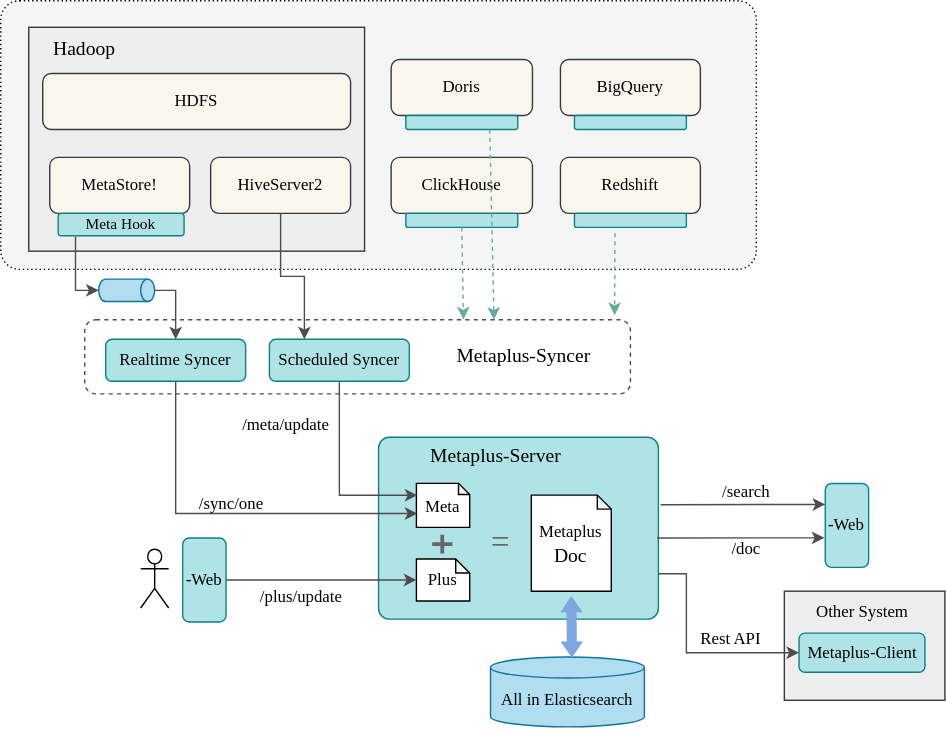
This is assets/metaplus/metaplus_arch.drawio.svg from hannyu/metaplus.plus, a draw.io export, as it was before one commit. Source tidied: cells renumbered, new cells last; positions are measured from the earlier drawing's top-left corner, leaving out a move shared by most shapes. Its diagram source:
```xml
<mxGraphModel>
  <root>
    <mxCell id="0" />
    <mxCell id="1" parent="0" />
    <mxCell id="2" style="rounded=0;whiteSpace=wrap;html=1;fillColor=#eeeeee;strokeColor=#36393d;fontFamily=Times New Roman;" parent="1" vertex="1">
      <mxGeometry x="560" y="422" width="114.8" height="78" as="geometry" />
    </mxCell>
    <mxCell id="3" style="rounded=1;whiteSpace=wrap;html=1;fillColor=none;dashed=1;strokeWidth=1;strokeColor=#4D4D4D;fontFamily=Times New Roman;" parent="1" vertex="1">
      <mxGeometry x="60" y="228" width="390" height="53" as="geometry" />
    </mxCell>
    <mxCell id="4" style="rounded=1;whiteSpace=wrap;html=1;arcSize=7;strokeWidth=1;fillColor=#F5F5F5;dashed=1;dashPattern=1 2;fontFamily=Times New Roman;" parent="1" vertex="1">
      <mxGeometry width="540" height="192" as="geometry" />
    </mxCell>
    <mxCell id="5" style="rounded=0;whiteSpace=wrap;html=1;fillColor=#eeeeee;strokeColor=#36393d;fontFamily=Times New Roman;" parent="1" vertex="1">
      <mxGeometry x="20" y="19" width="240" height="160" as="geometry" />
    </mxCell>
    <mxCell id="6" value="HiveServer2" style="rounded=1;whiteSpace=wrap;html=1;fillColor=#f9f7ed;strokeColor=#36393d;fontFamily=Times New Roman;" parent="1" vertex="1">
      <mxGeometry x="150" y="112" width="100" height="40" as="geometry" />
    </mxCell>
    <mxCell id="7" value="MetaStore!" style="rounded=1;whiteSpace=wrap;html=1;fillColor=#f9f7ed;strokeColor=#36393d;fontFamily=Times New Roman;" parent="1" vertex="1">
      <mxGeometry x="35" y="112" width="100" height="40" as="geometry" />
    </mxCell>
    <mxCell id="8" value="HDFS" style="rounded=1;whiteSpace=wrap;html=1;fillColor=#f9f7ed;strokeColor=#36393d;fontFamily=Times New Roman;" parent="1" vertex="1">
      <mxGeometry x="30" y="52" width="220" height="40" as="geometry" />
    </mxCell>
    <mxCell id="9" value="Hadoop" style="text;html=1;align=center;verticalAlign=middle;whiteSpace=wrap;rounded=0;fontSize=14;fontFamily=Times New Roman;" parent="1" vertex="1">
      <mxGeometry x="30" y="20" width="60" height="30" as="geometry" />
    </mxCell>
    <mxCell id="10" value="ClickHouse" style="rounded=1;whiteSpace=wrap;html=1;fillColor=#f9f7ed;strokeColor=#36393d;fontFamily=Times New Roman;" parent="1" vertex="1">
      <mxGeometry x="279" y="112" width="101" height="40" as="geometry" />
    </mxCell>
    <mxCell id="11" value="Doris" style="rounded=1;whiteSpace=wrap;html=1;fillColor=#f9f7ed;strokeColor=#36393d;fontFamily=Times New Roman;" parent="1" vertex="1">
      <mxGeometry x="279" y="42" width="101" height="40" as="geometry" />
    </mxCell>
    <mxCell id="12" value="Redshift" style="rounded=1;whiteSpace=wrap;html=1;fillColor=#f9f7ed;strokeColor=#36393d;fontFamily=Times New Roman;" parent="1" vertex="1">
      <mxGeometry x="400" y="112" width="100" height="40" as="geometry" />
    </mxCell>
    <mxCell id="13" value="BigQuery" style="rounded=1;whiteSpace=wrap;html=1;fillColor=#f9f7ed;strokeColor=#36393d;fontFamily=Times New Roman;" parent="1" vertex="1">
      <mxGeometry x="400" y="42" width="100" height="40" as="geometry" />
    </mxCell>
    <mxCell id="14" value="Scheduled Syncer" style="rounded=1;whiteSpace=wrap;html=1;fillColor=#b0e3e6;strokeColor=#0e8088;fontFamily=Times New Roman;" parent="1" vertex="1">
      <mxGeometry x="192" y="242" width="100" height="30" as="geometry" />
    </mxCell>
    <mxCell id="15" value="Realtime&amp;nbsp;&lt;span style=&quot;background-color: transparent; color: light-dark(rgb(0, 0, 0), rgb(255, 255, 255));&quot;&gt;Syncer&lt;/span&gt;" style="rounded=1;whiteSpace=wrap;html=1;fillColor=#b0e3e6;strokeColor=#0e8088;fontFamily=Times New Roman;" parent="1" vertex="1">
      <mxGeometry x="75" y="242" width="100" height="30" as="geometry" />
    </mxCell>
    <mxCell id="16" value="&lt;font style=&quot;font-size: 11px;&quot;&gt;Meta Hook&lt;/font&gt;" style="rounded=1;whiteSpace=wrap;html=1;arcSize=15;fillColor=#b0e3e6;strokeColor=#0e8088;fontFamily=Times New Roman;" parent="1" vertex="1">
      <mxGeometry x="41" y="152" width="90" height="16" as="geometry" />
    </mxCell>
    <mxCell id="17" style="shape=cylinder3;whiteSpace=wrap;html=1;boundedLbl=1;backgroundOutline=1;size=5;rotation=90;horizontal=0;fillColor=#b1ddf0;strokeColor=#10739e;fontFamily=Times New Roman;" parent="1" vertex="1">
      <mxGeometry x="82" y="187" width="16" height="40" as="geometry" />
    </mxCell>
    <mxCell id="18" style="group;fontFamily=Times New Roman;" parent="1" vertex="1">
      <mxGeometry x="270" y="312" width="200" height="130" as="geometry" />
    </mxCell>
    <mxCell id="19" style="rounded=1;whiteSpace=wrap;html=1;arcSize=6;fillColor=#b0e3e6;strokeColor=#0e8088;fontFamily=Times New Roman;" parent="18" vertex="1">
      <mxGeometry width="200" height="130" as="geometry" />
    </mxCell>
    <mxCell id="20" value="Metaplus-Server" style="text;html=1;align=center;verticalAlign=middle;whiteSpace=wrap;rounded=0;fontSize=14;fontFamily=Times New Roman;" parent="18" vertex="1">
      <mxGeometry x="29" y="-1" width="110" height="30" as="geometry" />
    </mxCell>
    <mxCell id="21" style="shape=cross;whiteSpace=wrap;html=1;strokeColor=none;fillColor=#666666;fontFamily=Times New Roman;" parent="18" vertex="1">
      <mxGeometry x="38.3" y="69.7" width="14.5" height="13.3" as="geometry" />
    </mxCell>
    <mxCell id="22" value="&lt;div style=&quot;line-height: 150%;&quot;&gt;&lt;span style=&quot;background-color: transparent; color: light-dark(rgb(0, 0, 0), rgb(255, 255, 255));&quot;&gt;Metaplus&lt;/span&gt;&lt;/div&gt;&lt;div style=&quot;line-height: 150%;&quot;&gt;&lt;span style=&quot;background-color: transparent; color: light-dark(rgb(0, 0, 0), rgb(255, 255, 255));&quot;&gt;&lt;font style=&quot;font-size: 14px;&quot;&gt;Doc&lt;/font&gt;&lt;/span&gt;&lt;/div&gt;" style="shape=note;whiteSpace=wrap;html=1;backgroundOutline=1;darkOpacity=0.05;size=10;fontFamily=Times New Roman;" parent="18" vertex="1">
      <mxGeometry x="109.2" y="41.3" width="57.1" height="68.7" as="geometry" />
    </mxCell>
    <mxCell id="23" value="=" style="text;html=1;align=center;verticalAlign=middle;whiteSpace=wrap;rounded=0;fontSize=24;fontColor=#666666;fontFamily=Times New Roman;" parent="18" vertex="1">
      <mxGeometry x="75.1" y="63.4" width="24.9" height="22.6" as="geometry" />
    </mxCell>
    <mxCell id="24" value="&lt;div&gt;&lt;span style=&quot;background-color: transparent; color: light-dark(rgb(0, 0, 0), rgb(255, 255, 255)); line-height: 150%;&quot;&gt;Meta&lt;/span&gt;&lt;/div&gt;" style="shape=note;whiteSpace=wrap;html=1;backgroundOutline=1;darkOpacity=0.05;size=8;fontFamily=Times New Roman;" parent="18" vertex="1">
      <mxGeometry x="27" y="32.9" width="38.1" height="31.5" as="geometry" />
    </mxCell>
    <mxCell id="25" value="&lt;div&gt;&lt;span style=&quot;background-color: transparent; color: light-dark(rgb(0, 0, 0), rgb(255, 255, 255));&quot;&gt;Plus&lt;/span&gt;&lt;/div&gt;" style="shape=note;whiteSpace=wrap;html=1;backgroundOutline=1;darkOpacity=0.05;size=10;fontFamily=Times New Roman;" parent="18" vertex="1">
      <mxGeometry x="27" y="87" width="38.1" height="30" as="geometry" />
    </mxCell>
    <mxCell id="26" style="endArrow=classic;html=1;rounded=0;exitX=0.5;exitY=1;exitDx=0;exitDy=0;entryX=0.019;entryY=0.685;entryDx=0;entryDy=0;strokeColor=#4D4D4D;entryPerimeter=0;edgeStyle=orthogonalEdgeStyle;fontFamily=Times New Roman;" parent="1" edge="1" source="15" target="24">
      <mxGeometry relative="1" as="geometry" />
    </mxCell>
    <mxCell id="27" style="endArrow=classic;html=1;rounded=0;exitX=0.5;exitY=1;exitDx=0;exitDy=0;entryX=0.019;entryY=0.27;entryDx=0;entryDy=0;entryPerimeter=0;startArrow=none;startFill=0;strokeColor=#4D4D4D;edgeStyle=orthogonalEdgeStyle;fontFamily=Times New Roman;" parent="1" edge="1" source="14" target="24">
      <mxGeometry relative="1" as="geometry" />
    </mxCell>
    <mxCell id="28" style="endArrow=classic;html=1;rounded=0;exitX=0.5;exitY=1;exitDx=0;exitDy=0;entryX=0.25;entryY=0;entryDx=0;entryDy=0;strokeColor=#4D4D4D;edgeStyle=orthogonalEdgeStyle;fontFamily=Times New Roman;" parent="1" edge="1" source="6" target="14">
      <mxGeometry relative="1" as="geometry" />
    </mxCell>
    <mxCell id="29" style="endArrow=classic;html=1;rounded=0;strokeColor=#4D4D4D;exitX=1;exitY=0.5;exitDx=0;exitDy=0;entryX=0;entryY=0.5;entryDx=0;entryDy=0;entryPerimeter=0;edgeStyle=orthogonalEdgeStyle;fontFamily=Times New Roman;" parent="1" edge="1" source="30" target="25">
      <mxGeometry relative="1" as="geometry" />
    </mxCell>
    <mxCell id="30" value="-Web" style="rounded=1;whiteSpace=wrap;html=1;fillColor=#b0e3e6;strokeColor=#0e8088;fontFamily=Times New Roman;" parent="1" vertex="1">
      <mxGeometry x="130" y="384" width="31" height="60" as="geometry" />
    </mxCell>
    <mxCell id="31" style="shape=umlActor;verticalLabelPosition=bottom;verticalAlign=top;html=1;fontFamily=Times New Roman;" parent="1" vertex="1">
      <mxGeometry x="100" y="392" width="20" height="42" as="geometry" />
    </mxCell>
    <mxCell id="32" style="endArrow=classic;html=1;rounded=0;strokeColor=#4D4D4D;exitX=0.138;exitY=1.041;exitDx=0;exitDy=0;entryX=0.5;entryY=1;entryDx=0;entryDy=0;entryPerimeter=0;edgeStyle=orthogonalEdgeStyle;exitPerimeter=0;fontFamily=Times New Roman;" parent="1" edge="1" source="16" target="17">
      <mxGeometry relative="1" as="geometry" />
    </mxCell>
    <mxCell id="33" style="endArrow=classic;html=1;rounded=0;strokeColor=#4D4D4D;exitX=0.5;exitY=0;exitDx=0;exitDy=0;exitPerimeter=0;entryX=0.5;entryY=0;entryDx=0;entryDy=0;edgeStyle=orthogonalEdgeStyle;fontFamily=Times New Roman;" parent="1" edge="1" source="17" target="15">
      <mxGeometry relative="1" as="geometry" />
    </mxCell>
    <mxCell id="34" value="/sync/one" style="text;html=1;align=center;verticalAlign=middle;whiteSpace=wrap;rounded=0;rotation=0;fontFamily=Times New Roman;" parent="1" vertex="1">
      <mxGeometry x="135" y="352" width="60" height="15" as="geometry" />
    </mxCell>
    <mxCell id="35" value="/meta/update" style="text;html=1;align=center;verticalAlign=middle;whiteSpace=wrap;rounded=0;rotation=0;fontFamily=Times New Roman;" parent="1" vertex="1">
      <mxGeometry x="174" y="295" width="60" height="15" as="geometry" />
    </mxCell>
    <mxCell id="36" value="/plus/update" style="text;html=1;align=center;verticalAlign=middle;whiteSpace=wrap;rounded=0;rotation=0;fontFamily=Times New Roman;" parent="1" vertex="1">
      <mxGeometry x="185" y="412" width="60" height="27" as="geometry" />
    </mxCell>
    <mxCell id="37" style="rounded=1;whiteSpace=wrap;html=1;arcSize=15;fillColor=#b0e3e6;strokeColor=#0e8088;fontFamily=Times New Roman;" parent="1" vertex="1">
      <mxGeometry x="289.5" y="152" width="80" height="10" as="geometry" />
    </mxCell>
    <mxCell id="38" style="rounded=1;whiteSpace=wrap;html=1;arcSize=15;fillColor=#b0e3e6;strokeColor=#0e8088;fontFamily=Times New Roman;" parent="1" vertex="1">
      <mxGeometry x="289.5" y="82" width="80" height="10" as="geometry" />
    </mxCell>
    <mxCell id="39" style="rounded=1;whiteSpace=wrap;html=1;arcSize=15;fillColor=#b0e3e6;strokeColor=#0e8088;fontFamily=Times New Roman;" parent="1" vertex="1">
      <mxGeometry x="410" y="82" width="80" height="10" as="geometry" />
    </mxCell>
    <mxCell id="40" style="rounded=1;whiteSpace=wrap;html=1;arcSize=15;fillColor=#b0e3e6;strokeColor=#0e8088;fontFamily=Times New Roman;" parent="1" vertex="1">
      <mxGeometry x="410" y="152" width="80" height="10" as="geometry" />
    </mxCell>
    <mxCell id="41" value="All in Elasticsearch" style="shape=cylinder3;whiteSpace=wrap;html=1;boundedLbl=1;backgroundOutline=1;size=7.521739130434753;fillColor=#b1ddf0;strokeColor=#10739e;fontFamily=Times New Roman;" parent="1" vertex="1">
      <mxGeometry x="350" y="469" width="110" height="50" as="geometry" />
    </mxCell>
    <mxCell id="42" value="Metaplus-Syncer" style="text;html=1;align=center;verticalAlign=middle;whiteSpace=wrap;rounded=0;fontSize=14;fontFamily=Times New Roman;" parent="1" vertex="1">
      <mxGeometry x="319" y="239.5" width="110" height="30" as="geometry" />
    </mxCell>
    <mxCell id="43" style="endArrow=classic;html=1;rounded=0;strokeColor=#67AB9F;exitX=0.5;exitY=1;exitDx=0;exitDy=0;entryX=0.694;entryY=-0.004;entryDx=0;entryDy=0;entryPerimeter=0;dashed=1;fontFamily=Times New Roman;" parent="1" edge="1" source="37" target="3">
      <mxGeometry relative="1" as="geometry" />
    </mxCell>
    <mxCell id="44" style="endArrow=classic;html=1;rounded=0;strokeColor=#67AB9F;entryX=0.971;entryY=-0.062;entryDx=0;entryDy=0;entryPerimeter=0;dashed=1;fontFamily=Times New Roman;" parent="1" edge="1" target="3">
      <mxGeometry relative="1" as="geometry">
        <mxPoint x="439" y="166" as="sourcePoint" />
      </mxGeometry>
    </mxCell>
    <mxCell id="45" style="endArrow=classic;html=1;rounded=0;strokeColor=#67AB9F;exitX=0.75;exitY=1;exitDx=0;exitDy=0;dashed=1;entryX=0.75;entryY=0;entryDx=0;entryDy=0;fontFamily=Times New Roman;" parent="1" edge="1" source="38" target="3">
      <mxGeometry relative="1" as="geometry" />
    </mxCell>
    <mxCell id="46" style="endArrow=block;html=1;rounded=0;strokeColor=none;exitX=0.5;exitY=1;exitDx=0;exitDy=0;exitPerimeter=0;entryX=0.652;entryY=-0.049;entryDx=0;entryDy=0;entryPerimeter=0;fontColor=#67AB9F;strokeWidth=3;endFill=1;shape=flexArrow;fillColor=#7EA6E0;gradientColor=none;fillStyle=auto;width=5.217391304347826;endSize=2.869565217391304;endWidth=5.897920604914934;startArrow=block;startWidth=5.897920604914934;startSize=2.869565217391304;fontFamily=Times New Roman;" parent="1" edge="1">
      <mxGeometry relative="1" as="geometry">
        <mxPoint x="407.8" y="424" as="sourcePoint" />
        <mxPoint x="408.2" y="471.1" as="targetPoint" />
      </mxGeometry>
    </mxCell>
    <mxCell id="47" value="-Web" style="rounded=1;whiteSpace=wrap;html=1;fillColor=#b0e3e6;strokeColor=#0e8088;fontFamily=Times New Roman;" parent="1" vertex="1">
      <mxGeometry x="589.2" y="345" width="31" height="60" as="geometry" />
    </mxCell>
    <mxCell id="48" style="endArrow=classic;html=1;rounded=0;strokeColor=#4D4D4D;exitX=1.008;exitY=0.379;exitDx=0;exitDy=0;exitPerimeter=0;entryX=0;entryY=0.25;entryDx=0;entryDy=0;fontFamily=Times New Roman;" parent="1" edge="1" target="47">
      <mxGeometry relative="1" as="geometry">
        <mxPoint x="471.6" y="360.3" as="sourcePoint" />
      </mxGeometry>
    </mxCell>
    <mxCell id="49" style="endArrow=classic;html=1;rounded=0;strokeColor=#4D4D4D;entryX=-0.02;entryY=0.648;entryDx=0;entryDy=0;entryPerimeter=0;fontFamily=Times New Roman;" parent="1" edge="1" target="47">
      <mxGeometry relative="1" as="geometry">
        <mxPoint x="469" y="384" as="sourcePoint" />
      </mxGeometry>
    </mxCell>
    <mxCell id="50" value="/doc" style="text;html=1;align=center;verticalAlign=middle;whiteSpace=wrap;rounded=0;rotation=0;fontFamily=Times New Roman;" parent="1" vertex="1">
      <mxGeometry x="503" y="378" width="60" height="27" as="geometry" />
    </mxCell>
    <mxCell id="51" value="/search" style="text;html=1;align=center;verticalAlign=middle;whiteSpace=wrap;rounded=0;rotation=0;fontFamily=Times New Roman;" parent="1" vertex="1">
      <mxGeometry x="503" y="337" width="60" height="27" as="geometry" />
    </mxCell>
    <mxCell id="52" value="Metaplus-Client" style="rounded=1;whiteSpace=wrap;html=1;fillColor=#b0e3e6;strokeColor=#0e8088;fontFamily=Times New Roman;" parent="1" vertex="1">
      <mxGeometry x="570.5" y="452" width="90" height="28" as="geometry" />
    </mxCell>
    <mxCell id="53" style="endArrow=classic;html=1;rounded=0;strokeColor=#4D4D4D;exitX=1;exitY=0.75;exitDx=0;exitDy=0;entryX=0;entryY=0.5;entryDx=0;entryDy=0;edgeStyle=orthogonalEdgeStyle;fontFamily=Times New Roman;" parent="1" edge="1" source="19" target="52">
      <mxGeometry relative="1" as="geometry">
        <Array as="points">
          <mxPoint x="490" y="410" />
          <mxPoint x="490" y="466" />
        </Array>
      </mxGeometry>
    </mxCell>
    <mxCell id="54" value="Other System" style="text;html=1;align=center;verticalAlign=middle;whiteSpace=wrap;rounded=0;fontFamily=Times New Roman;" parent="1" vertex="1">
      <mxGeometry x="575.5" y="422" width="80" height="30" as="geometry" />
    </mxCell>
    <mxCell id="55" value="Rest API" style="text;html=1;align=center;verticalAlign=middle;whiteSpace=wrap;rounded=0;rotation=0;fontFamily=Times New Roman;" parent="1" vertex="1">
      <mxGeometry x="492" y="442" width="60" height="27" as="geometry" />
    </mxCell>
  </root>
</mxGraphModel>
```
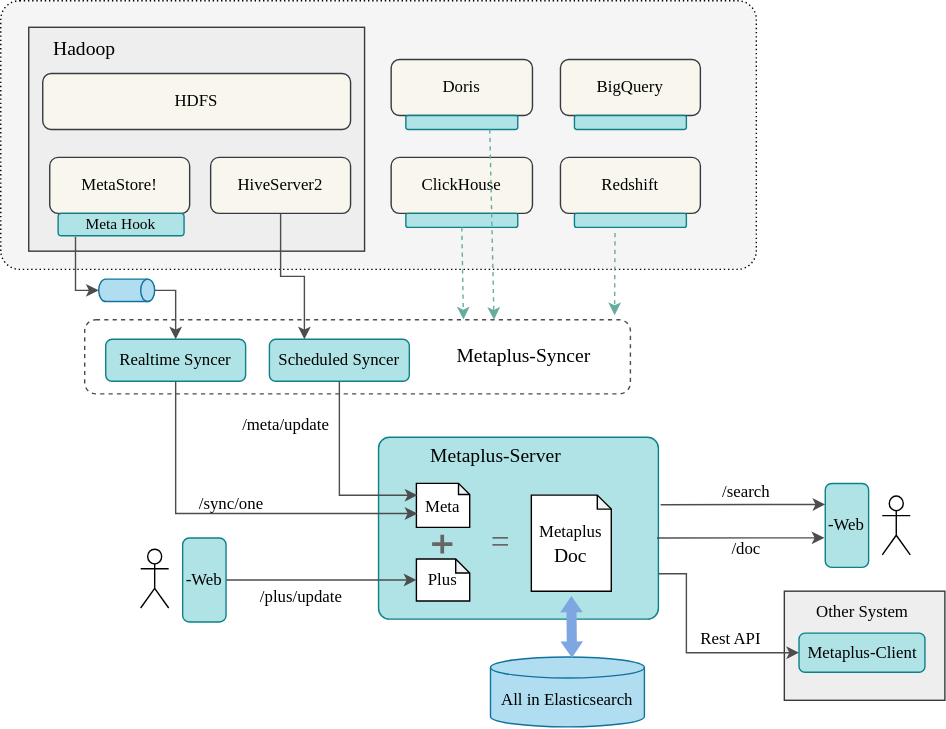
The same diagram one commit later.

The edit, as a diff of the source:
```diff
@@ -178,5 +178,8 @@
     <mxCell id="55" value="Rest API" style="text;html=1;align=center;verticalAlign=middle;whiteSpace=wrap;rounded=0;rotation=0;fontFamily=Times New Roman;" parent="1" vertex="1">
       <mxGeometry x="492" y="442" width="60" height="27" as="geometry" />
     </mxCell>
+    <mxCell id="56" style="shape=umlActor;verticalLabelPosition=bottom;verticalAlign=top;html=1;fontFamily=Times New Roman;" parent="1" vertex="1">
+      <mxGeometry x="630" y="354" width="20" height="42" as="geometry" />
+    </mxCell>
   </root>
 </mxGraphModel>
```
